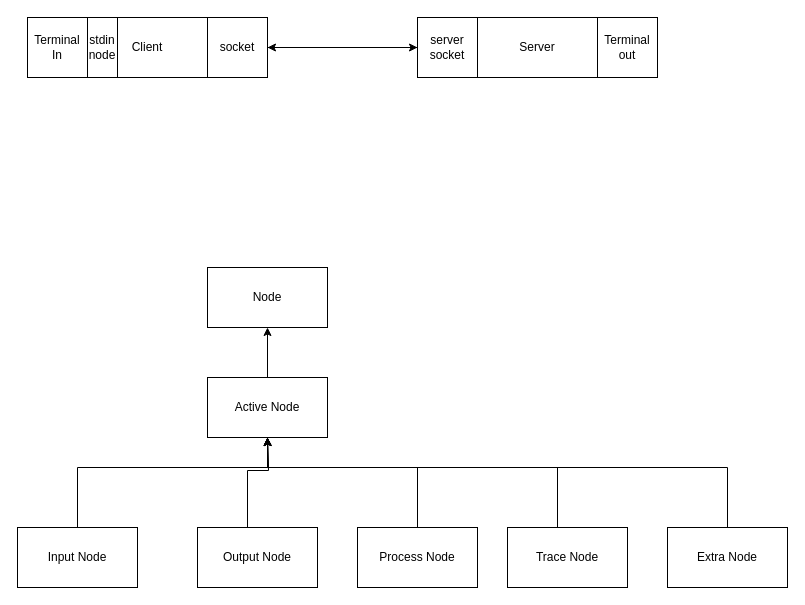
Earlier version of the draw.io diagram XFlow.drawio (codethestudent/XFlow-Team-Project). Source tidied: cells renumbered, new cells numbered last; positions are measured from the earlier drawing's top-left corner, leaving out a move shared by most shapes. Both pictures are drawn from the tidied source at 100%, with x=0, y=0 at pixel (17, 17).
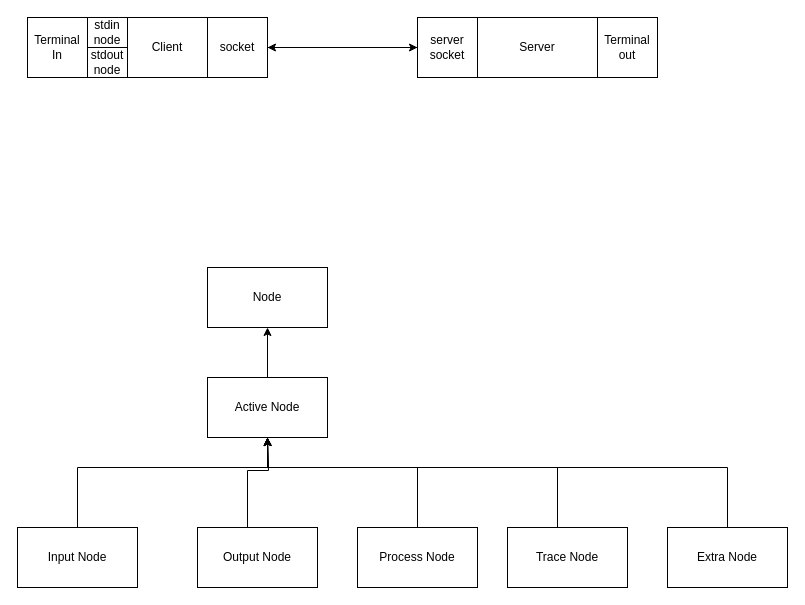
After the change.

The edit, as a diff of the source:
```diff
@@
     <mxCell id="16" value="Client" style="rounded=0;whiteSpace=wrap;html=1;" parent="1" vertex="1">
-      <mxGeometry x="70" width="120" height="60" as="geometry" />
+      <mxGeometry x="110" width="80" height="60" as="geometry" />
     </mxCell>
@@
     <mxCell id="23" value="stdin node" style="rounded=0;whiteSpace=wrap;html=1;" parent="1" vertex="1">
-      <mxGeometry x="70" width="30" height="60" as="geometry" />
+      <mxGeometry x="70" width="40" height="30" as="geometry" />
     </mxCell>
+    <mxCell id="24" value="stdout node" style="rounded=0;whiteSpace=wrap;html=1;" parent="1" vertex="1">
+      <mxGeometry x="70" y="30" width="40" height="30" as="geometry" />
+    </mxCell>
```
